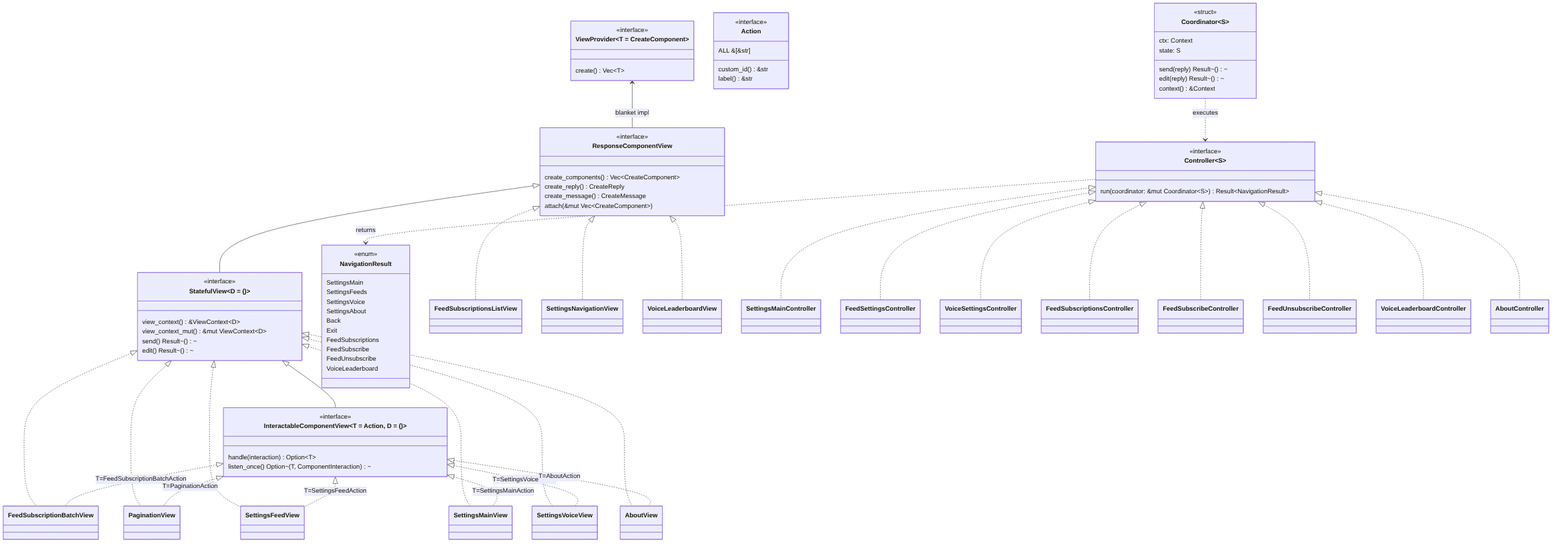
The Mermaid diagram docs/diagrams/architecture-view-uml.png in FAZuH/pwr-bot, before a commit. Its source is kept beside it as docs/diagrams/architecture-view-uml.mmd.
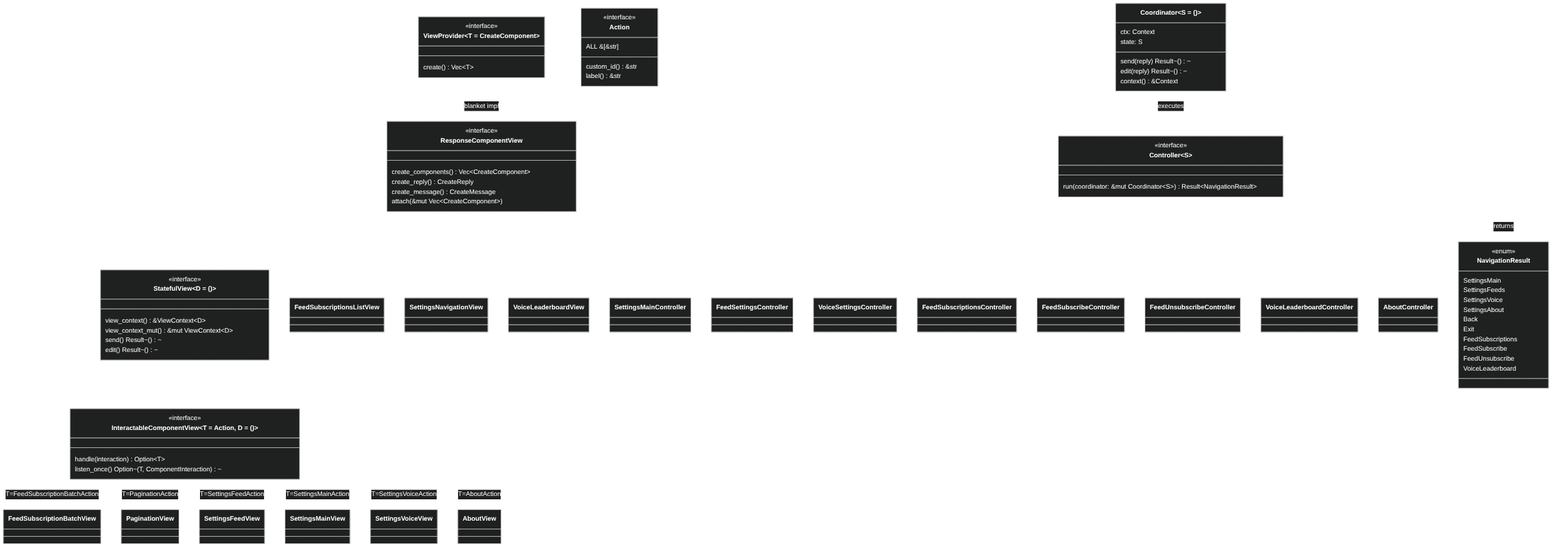
The same diagram one commit later.

The edit, as a diff of the source:
```diff
@@ -1,3 +1,17 @@
+%%{init: {
+  'theme': 'dark',
+  'themeVariables': {
+    'primaryColor': '#1e1e1e',
+    'primaryTextColor': '#ffffff',
+    'primaryBorderColor': '#ffffff',
+    'lineColor': '#ffffff',
+    'secondaryColor': '#2d2d2d',
+    'tertiaryColor': '#1e1e1e',
+    'noteBkgColor': '#2d2d2d',
+    'noteTextColor': '#ffffff',
+    'noteBorderColor': '#ffffff'
+  }
+}}%%
 classDiagram
     class ViewProvider~T = CreateComponent~ {
         <<interface>>
@@ -38,8 +52,7 @@
         run(coordinator: &mut Coordinator~S~) Result~NavigationResult~
     }
 
-    class Coordinator~S~ {
-        <<struct>>
+    class Coordinator~S = ()~ {
         ctx: Context
         state: S
         send(reply) Result~()~
@@ -75,13 +88,6 @@
     class SettingsVoiceView
     class VoiceLeaderboardView
 
-    StatefulView <|.. FeedSubscriptionBatchView
-    StatefulView <|.. PaginationView
-    StatefulView <|.. SettingsFeedView
-    StatefulView <|.. SettingsMainView
-    StatefulView <|.. SettingsVoiceView
-    StatefulView <|.. AboutView
-
     InteractableComponentView <|.. FeedSubscriptionBatchView : T=FeedSubscriptionBatchAction
     InteractableComponentView <|.. PaginationView : T=PaginationAction
     InteractableComponentView <|.. SettingsFeedView : T=SettingsFeedAction
```
